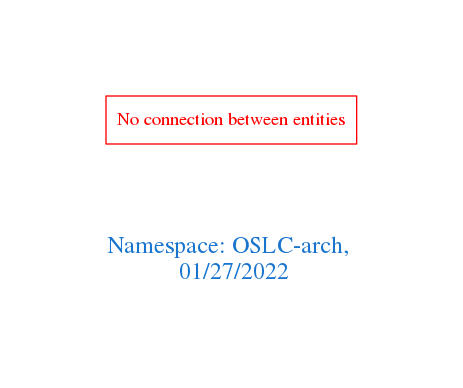
Earlier version of the Graphviz export downloads/OSLC-arch.png (arago/OGIT). Its source is kept beside it as downloads/OSLC-arch.dot.
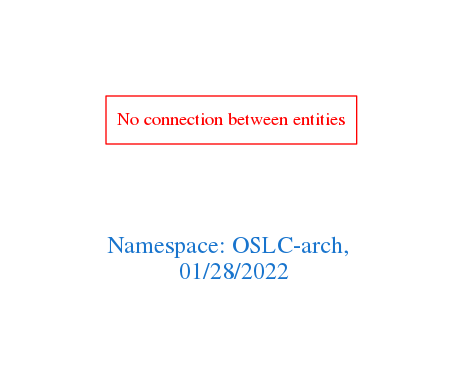
The same diagram one commit later.

Diff of the diagram source:
```diff
@@ -1,7 +1,7 @@
 digraph OGIT_ontology {
  graph [ rankdir= LR,pad=1
 fontsize = 18,
-fontcolor= dodgerblue3,label = "\n\n\nNamespace: OSLC-arch, \n 01/27/2022"];
+fontcolor= dodgerblue3,label = "\n\n\nNamespace: OSLC-arch, \n 01/28/2022"];
 node[shape=polygon];
 edge [  color="gray81"];
 
```
